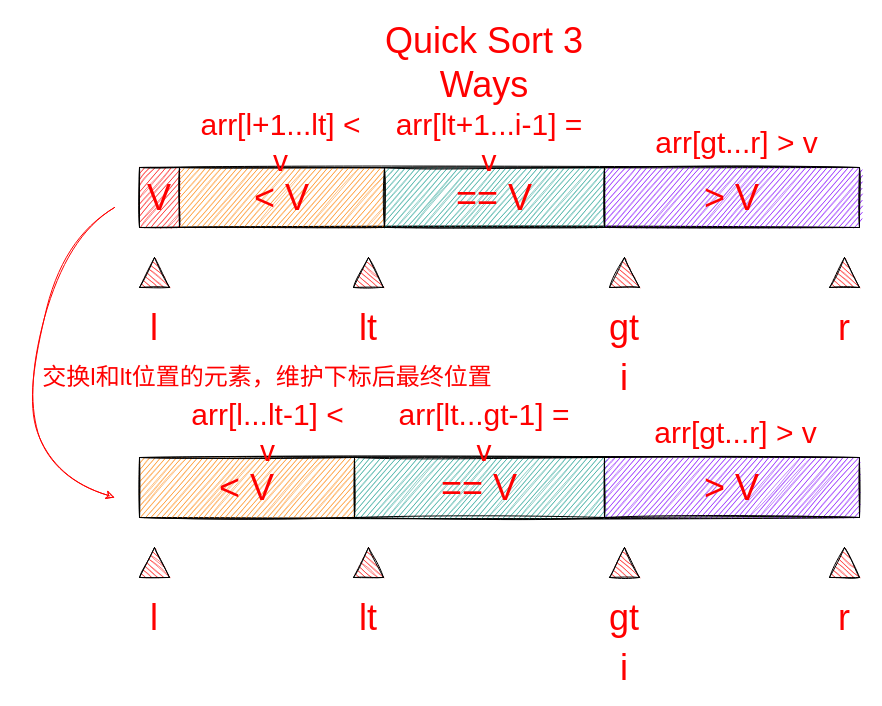
Above: AlgorithmDraw/QS3WFinished.drawio in X1nSea/imgbed (draw.io), before the change. Source tidied: cells renumbered, new cells numbered last; positions are measured from the earlier drawing's top-left corner, leaving out a move shared by most shapes. Both pictures are drawn from the tidied source at 100%, with x=0, y=0 at pixel (17, 17).
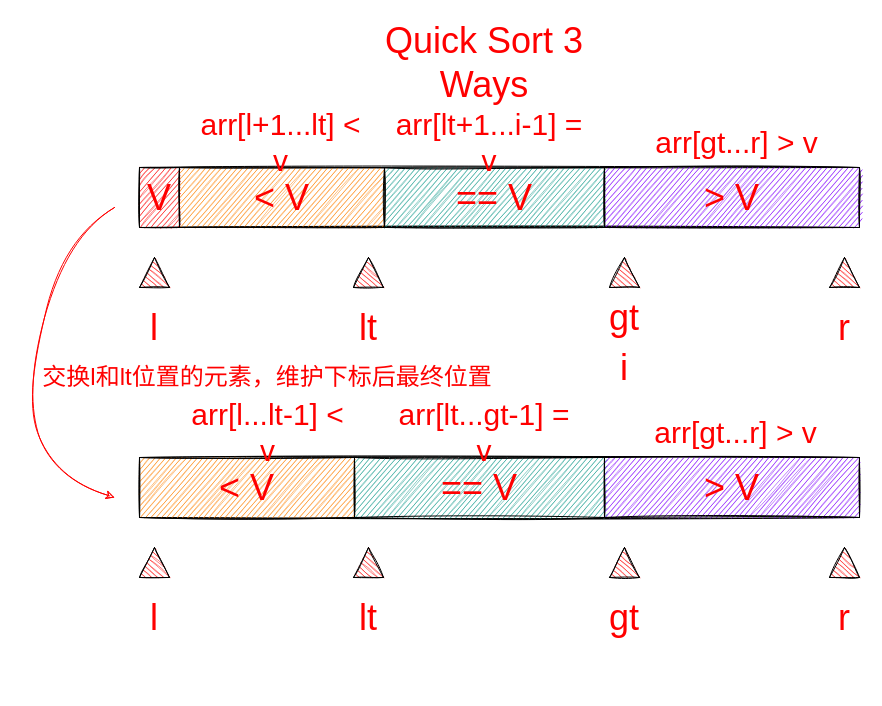
The same page after the edit.

What changed in the source:
```diff
@@
     <mxCell id="14" value="i" style="text;html=1;strokeColor=none;fillColor=none;align=center;verticalAlign=middle;whiteSpace=wrap;rounded=0;fontFamily=中国式手写风;fontSize=36;fontColor=#FF0000;sketch=1;" parent="1" vertex="1">
-      <mxGeometry x="587" y="350" width="40" height="20" as="geometry" />
+      <mxGeometry x="587" y="340" width="40" height="20" as="geometry" />
     </mxCell>
     <mxCell id="15" value="gt" style="text;html=1;strokeColor=none;fillColor=none;align=center;verticalAlign=middle;whiteSpace=wrap;rounded=0;fontFamily=中国式手写风;fontSize=36;fontColor=#FF0000;sketch=1;" parent="1" vertex="1">
-      <mxGeometry x="587" y="300" width="40" height="20" as="geometry" />
+      <mxGeometry x="587" y="290" width="40" height="20" as="geometry" />
     </mxCell>
@@
-    <mxCell id="30" value="i" style="text;html=1;strokeColor=none;fillColor=none;align=center;verticalAlign=middle;whiteSpace=wrap;rounded=0;fontFamily=中国式手写风;fontSize=36;fontColor=#FF0000;sketch=1;" parent="1" vertex="1">
-      <mxGeometry x="587" y="640" width="40" height="20" as="geometry" />
-    </mxCell>
```
